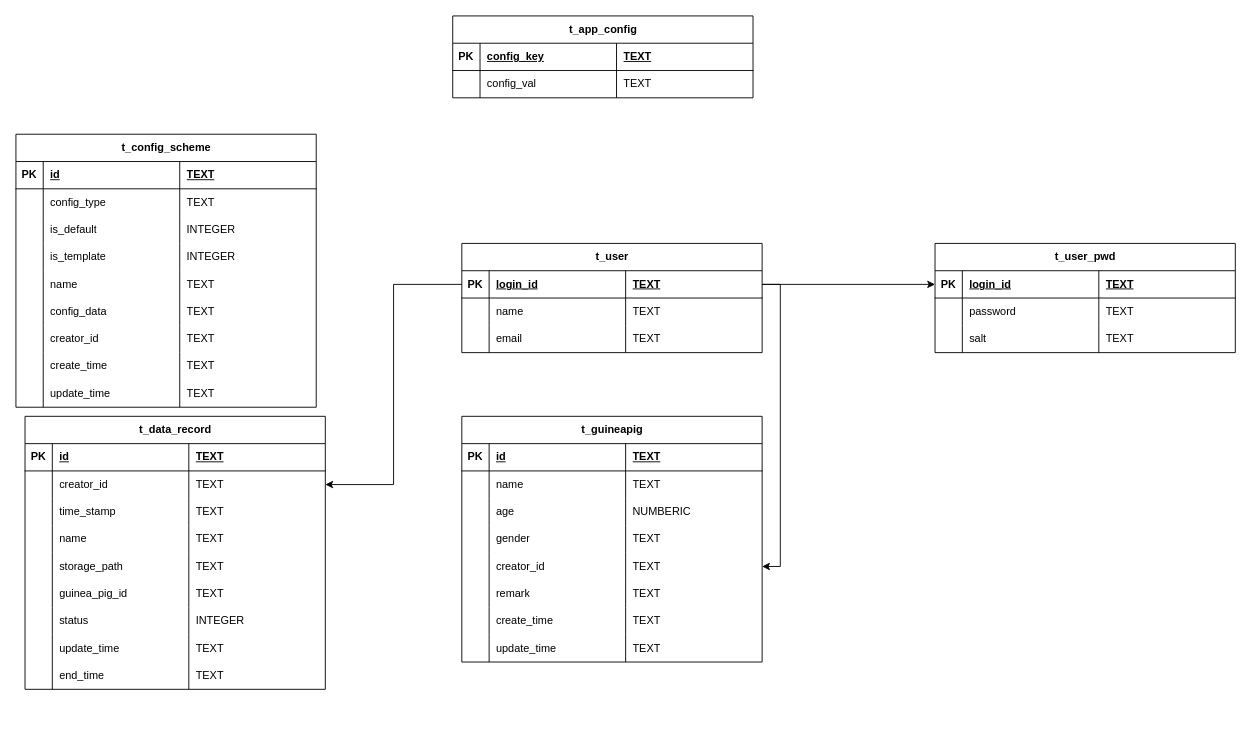
Above: 详细设计-后端-数据库-详细设计.drawio in yz360307/draw (draw.io), before the change. Source tidied: cells renumbered, new cells numbered last; positions are measured from the earlier drawing's top-left corner, leaving out a move shared by most shapes. Both pictures are drawn from the tidied source at 91%, with x=0, y=0 at pixel (15, 15).
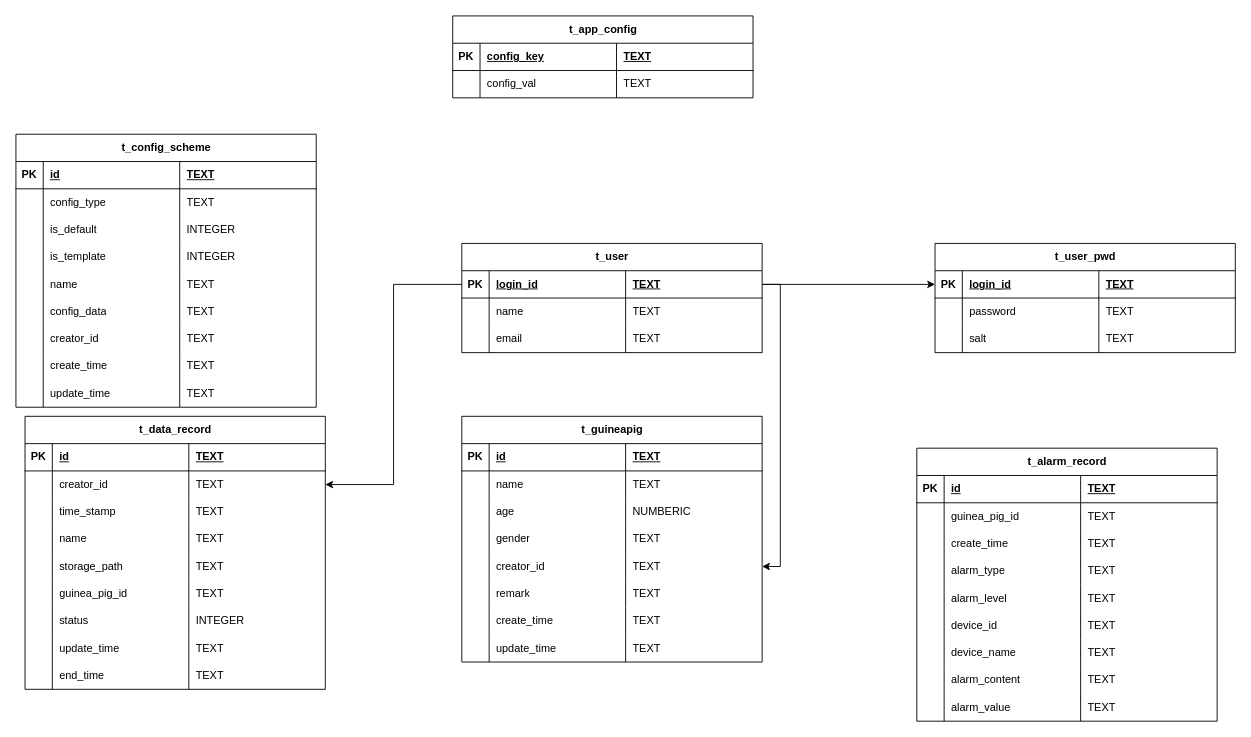
The same page after the edit.

Commit message (it also covers changes not shown here):
更新详细设计-后端-数据库-详细设计.drawio

The edit, as a diff of the source:
```diff
@@
+    <mxCell id="147" value="t_alarm_record" style="shape=table;startSize=30;childLayout=tableLayout;rowLines=0;fontStyle=1;align=center;html=1;" parent="1" vertex="1">
+      <mxGeometry x="990" y="475" width="330" height="300" as="geometry" />
+    </mxCell>
+    <mxCell id="148" style="shape=tableRow;horizontal=0;startSize=0;swimlaneHead=0;swimlaneBody=0;fillColor=none;top=0;left=0;right=0;bottom=1;" parent="147" vertex="1">
+      <mxGeometry y="30" width="330" height="30" as="geometry" />
+    </mxCell>
+    <mxCell id="149" value="PK" style="shape=partialRectangle;fillColor=none;top=0;left=0;bottom=0;right=0;fontStyle=1;overflow=hidden;whiteSpace=wrap;html=1;" parent="148" vertex="1">
+      <mxGeometry width="30" height="30" as="geometry" />
+    </mxCell>
+    <mxCell id="150" value="id" style="shape=partialRectangle;fillColor=none;top=0;left=0;bottom=0;right=0;align=left;spacingLeft=6;fontStyle=5;overflow=hidden;whiteSpace=wrap;html=1;" parent="148" vertex="1">
+      <mxGeometry x="30" width="150" height="30" as="geometry" />
+    </mxCell>
+    <mxCell id="151" value="TEXT" style="shape=partialRectangle;fillColor=none;top=0;left=0;bottom=0;right=0;align=left;spacingLeft=6;fontStyle=5;overflow=hidden;whiteSpace=wrap;html=1;" parent="148" vertex="1">
+      <mxGeometry x="180" width="150" height="30" as="geometry" />
+    </mxCell>
+    <mxCell id="152" style="shape=tableRow;horizontal=0;startSize=0;swimlaneHead=0;swimlaneBody=0;fillColor=none;top=0;left=0;right=0;bottom=0;" parent="147" vertex="1">
+      <mxGeometry y="60" width="330" height="30" as="geometry" />
+    </mxCell>
+    <mxCell id="153" style="shape=partialRectangle;fillColor=none;top=0;left=0;bottom=0;right=0;overflow=hidden;whiteSpace=wrap;html=1;" parent="152" vertex="1">
+      <mxGeometry width="30" height="30" as="geometry" />
+    </mxCell>
+    <mxCell id="154" value="guinea_pig_id" style="shape=partialRectangle;fillColor=none;top=0;left=0;bottom=0;right=0;align=left;spacingLeft=6;overflow=hidden;whiteSpace=wrap;html=1;" parent="152" vertex="1">
+      <mxGeometry x="30" width="150" height="30" as="geometry" />
+    </mxCell>
+    <mxCell id="155" value="TEXT" style="shape=partialRectangle;fillColor=none;top=0;left=0;bottom=0;right=0;align=left;spacingLeft=6;overflow=hidden;whiteSpace=wrap;html=1;" parent="152" vertex="1">
+      <mxGeometry x="180" width="150" height="30" as="geometry" />
+    </mxCell>
+    <mxCell id="156" style="shape=tableRow;horizontal=0;startSize=0;swimlaneHead=0;swimlaneBody=0;fillColor=none;top=0;left=0;right=0;bottom=0;" parent="147" vertex="1">
+      <mxGeometry y="90" width="330" height="30" as="geometry" />
+    </mxCell>
+    <mxCell id="157" style="shape=partialRectangle;fillColor=none;top=0;left=0;bottom=0;right=0;overflow=hidden;whiteSpace=wrap;html=1;" parent="156" vertex="1">
+      <mxGeometry width="30" height="30" as="geometry" />
+    </mxCell>
+    <mxCell id="158" value="create_time" style="shape=partialRectangle;fillColor=none;top=0;left=0;bottom=0;right=0;align=left;spacingLeft=6;overflow=hidden;whiteSpace=wrap;html=1;" parent="156" vertex="1">
+      <mxGeometry x="30" width="150" height="30" as="geometry" />
+    </mxCell>
+    <mxCell id="159" value="TEXT" style="shape=partialRectangle;fillColor=none;top=0;left=0;bottom=0;right=0;align=left;spacingLeft=6;overflow=hidden;whiteSpace=wrap;html=1;" parent="156" vertex="1">
+      <mxGeometry x="180" width="150" height="30" as="geometry" />
+    </mxCell>
+    <mxCell id="160" style="shape=tableRow;horizontal=0;startSize=0;swimlaneHead=0;swimlaneBody=0;fillColor=none;top=0;left=0;right=0;bottom=0;" parent="147" vertex="1">
+      <mxGeometry y="120" width="330" height="30" as="geometry" />
+    </mxCell>
+    <mxCell id="161" style="shape=partialRectangle;fillColor=none;top=0;left=0;bottom=0;right=0;overflow=hidden;whiteSpace=wrap;html=1;" parent="160" vertex="1">
+      <mxGeometry width="30" height="30" as="geometry" />
+    </mxCell>
+    <mxCell id="162" value="alarm_type" style="shape=partialRectangle;fillColor=none;top=0;left=0;bottom=0;right=0;align=left;spacingLeft=6;overflow=hidden;whiteSpace=wrap;html=1;" parent="160" vertex="1">
+      <mxGeometry x="30" width="150" height="30" as="geometry" />
+    </mxCell>
+    <mxCell id="163" value="TEXT" style="shape=partialRectangle;fillColor=none;top=0;left=0;bottom=0;right=0;align=left;spacingLeft=6;overflow=hidden;whiteSpace=wrap;html=1;" parent="160" vertex="1">
+      <mxGeometry x="180" width="150" height="30" as="geometry" />
+    </mxCell>
+    <mxCell id="164" style="shape=tableRow;horizontal=0;startSize=0;swimlaneHead=0;swimlaneBody=0;fillColor=none;top=0;left=0;right=0;bottom=0;" parent="147" vertex="1">
+      <mxGeometry y="150" width="330" height="30" as="geometry" />
+    </mxCell>
+    <mxCell id="165" style="shape=partialRectangle;fillColor=none;top=0;left=0;bottom=0;right=0;overflow=hidden;whiteSpace=wrap;html=1;" parent="164" vertex="1">
+      <mxGeometry width="30" height="30" as="geometry" />
+    </mxCell>
+    <mxCell id="166" value="alarm_level" style="shape=partialRectangle;fillColor=none;top=0;left=0;bottom=0;right=0;align=left;spacingLeft=6;overflow=hidden;whiteSpace=wrap;html=1;" parent="164" vertex="1">
+      <mxGeometry x="30" width="150" height="30" as="geometry" />
+    </mxCell>
+    <mxCell id="167" value="TEXT" style="shape=partialRectangle;fillColor=none;top=0;left=0;bottom=0;right=0;align=left;spacingLeft=6;overflow=hidden;whiteSpace=wrap;html=1;" parent="164" vertex="1">
+      <mxGeometry x="180" width="150" height="30" as="geometry" />
+    </mxCell>
+    <mxCell id="168" style="shape=tableRow;horizontal=0;startSize=0;swimlaneHead=0;swimlaneBody=0;fillColor=none;top=0;left=0;right=0;bottom=0;" parent="147" vertex="1">
+      <mxGeometry y="180" width="330" height="30" as="geometry" />
+    </mxCell>
+    <mxCell id="169" style="shape=partialRectangle;fillColor=none;top=0;left=0;bottom=0;right=0;overflow=hidden;whiteSpace=wrap;html=1;" parent="168" vertex="1">
+      <mxGeometry width="30" height="30" as="geometry" />
+    </mxCell>
+    <mxCell id="170" value="device_id" style="shape=partialRectangle;fillColor=none;top=0;left=0;bottom=0;right=0;align=left;spacingLeft=6;overflow=hidden;whiteSpace=wrap;html=1;" parent="168" vertex="1">
+      <mxGeometry x="30" width="150" height="30" as="geometry" />
+    </mxCell>
+    <mxCell id="171" value="TEXT" style="shape=partialRectangle;fillColor=none;top=0;left=0;bottom=0;right=0;align=left;spacingLeft=6;overflow=hidden;whiteSpace=wrap;html=1;" parent="168" vertex="1">
+      <mxGeometry x="180" width="150" height="30" as="geometry" />
+    </mxCell>
+    <mxCell id="172" style="shape=tableRow;horizontal=0;startSize=0;swimlaneHead=0;swimlaneBody=0;fillColor=none;top=0;left=0;right=0;bottom=0;" parent="147" vertex="1">
+      <mxGeometry y="210" width="330" height="30" as="geometry" />
+    </mxCell>
+    <mxCell id="173" style="shape=partialRectangle;fillColor=none;top=0;left=0;bottom=0;right=0;overflow=hidden;whiteSpace=wrap;html=1;" parent="172" vertex="1">
+      <mxGeometry width="30" height="30" as="geometry" />
+    </mxCell>
+    <mxCell id="174" value="device_name" style="shape=partialRectangle;fillColor=none;top=0;left=0;bottom=0;right=0;align=left;spacingLeft=6;overflow=hidden;whiteSpace=wrap;html=1;" parent="172" vertex="1">
+      <mxGeometry x="30" width="150" height="30" as="geometry" />
+    </mxCell>
+    <mxCell id="175" value="TEXT" style="shape=partialRectangle;fillColor=none;top=0;left=0;bottom=0;right=0;align=left;spacingLeft=6;overflow=hidden;whiteSpace=wrap;html=1;" parent="172" vertex="1">
+      <mxGeometry x="180" width="150" height="30" as="geometry" />
+    </mxCell>
+    <mxCell id="176" style="shape=tableRow;horizontal=0;startSize=0;swimlaneHead=0;swimlaneBody=0;fillColor=none;top=0;left=0;right=0;bottom=0;" parent="147" vertex="1">
+      <mxGeometry y="240" width="330" height="30" as="geometry" />
+    </mxCell>
+    <mxCell id="177" style="shape=partialRectangle;fillColor=none;top=0;left=0;bottom=0;right=0;overflow=hidden;whiteSpace=wrap;html=1;" parent="176" vertex="1">
+      <mxGeometry width="30" height="30" as="geometry" />
+    </mxCell>
+    <mxCell id="178" value="alarm_content" style="shape=partialRectangle;fillColor=none;top=0;left=0;bottom=0;right=0;align=left;spacingLeft=6;overflow=hidden;whiteSpace=wrap;html=1;" parent="176" vertex="1">
+      <mxGeometry x="30" width="150" height="30" as="geometry" />
+    </mxCell>
+    <mxCell id="179" value="TEXT" style="shape=partialRectangle;fillColor=none;top=0;left=0;bottom=0;right=0;align=left;spacingLeft=6;overflow=hidden;whiteSpace=wrap;html=1;" parent="176" vertex="1">
+      <mxGeometry x="180" width="150" height="30" as="geometry" />
+    </mxCell>
+    <mxCell id="180" style="shape=tableRow;horizontal=0;startSize=0;swimlaneHead=0;swimlaneBody=0;fillColor=none;top=0;left=0;right=0;bottom=0;" parent="147" vertex="1">
+      <mxGeometry y="270" width="330" height="30" as="geometry" />
+    </mxCell>
+    <mxCell id="181" style="shape=partialRectangle;fillColor=none;top=0;left=0;bottom=0;right=0;overflow=hidden;whiteSpace=wrap;html=1;" parent="180" vertex="1">
+      <mxGeometry width="30" height="30" as="geometry" />
+    </mxCell>
+    <mxCell id="182" value="alarm_value" style="shape=partialRectangle;fillColor=none;top=0;left=0;bottom=0;right=0;align=left;spacingLeft=6;overflow=hidden;whiteSpace=wrap;html=1;" parent="180" vertex="1">
+      <mxGeometry x="30" width="150" height="30" as="geometry" />
+    </mxCell>
+    <mxCell id="183" value="TEXT" style="shape=partialRectangle;fillColor=none;top=0;left=0;bottom=0;right=0;align=left;spacingLeft=6;overflow=hidden;whiteSpace=wrap;html=1;" parent="180" vertex="1">
+      <mxGeometry x="180" width="150" height="30" as="geometry" />
+    </mxCell>
```
